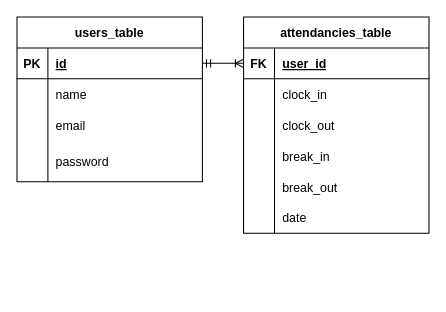
teestojko/attend keeps this draw.io diagram as .drawio. Above is the earlier version. Source tidied: cells renumbered, new cells numbered last; positions are measured from the earlier drawing's top-left corner, leaving out a move shared by most shapes. Both pictures are drawn from the tidied source at 103%, with x=0, y=0 at pixel (16, 16).
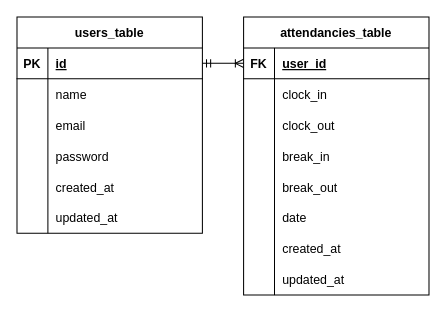
The same page after the edit.

The edit, as a diff of the source:
```diff
@@
     <mxCell id="2" value="users_table" style="shape=table;startSize=30;childLayout=tableLayout;rowLines=0;fontStyle=1;align=center;" parent="1" vertex="1">
-      <mxGeometry width="180" height="160" as="geometry" />
+      <mxGeometry width="180" height="210" as="geometry" />
     </mxCell>
@@
     <mxCell id="12" style="shape=tableRow;horizontal=0;startSize=0;swimlaneHead=0;swimlaneBody=0;fillColor=none;top=0;left=0;right=0;bottom=0;" parent="2" vertex="1">
-      <mxGeometry y="120" width="180" height="40" as="geometry" />
+      <mxGeometry y="120" width="180" height="30" as="geometry" />
     </mxCell>
     <mxCell id="13" style="shape=partialRectangle;fillColor=none;top=0;left=0;bottom=0;right=0;overflow=hidden;" parent="12" vertex="1">
-      <mxGeometry width="30" height="40" as="geometry" />
+      <mxGeometry width="30" height="30" as="geometry" />
     </mxCell>
     <mxCell id="14" value="password" style="shape=partialRectangle;fillColor=none;top=0;left=0;bottom=0;right=0;align=left;spacingLeft=6;overflow=hidden;" parent="12" vertex="1">
-      <mxGeometry x="30" width="150" height="40" as="geometry" />
+      <mxGeometry x="30" width="150" height="30" as="geometry" />
     </mxCell>
+    <mxCell id="35" style="shape=tableRow;horizontal=0;startSize=0;swimlaneHead=0;swimlaneBody=0;fillColor=none;top=0;left=0;right=0;bottom=0;" parent="2" vertex="1">
+      <mxGeometry y="150" width="180" height="30" as="geometry" />
+    </mxCell>
+    <mxCell id="36" style="shape=partialRectangle;fillColor=none;top=0;left=0;bottom=0;right=0;overflow=hidden;" parent="35" vertex="1">
+      <mxGeometry width="30" height="30" as="geometry" />
+    </mxCell>
+    <mxCell id="37" value="created_at" style="shape=partialRectangle;fillColor=none;top=0;left=0;bottom=0;right=0;align=left;spacingLeft=6;overflow=hidden;" parent="35" vertex="1">
+      <mxGeometry x="30" width="150" height="30" as="geometry" />
+    </mxCell>
+    <mxCell id="38" style="shape=tableRow;horizontal=0;startSize=0;swimlaneHead=0;swimlaneBody=0;fillColor=none;top=0;left=0;right=0;bottom=0;" parent="2" vertex="1">
+      <mxGeometry y="180" width="180" height="30" as="geometry" />
+    </mxCell>
+    <mxCell id="39" style="shape=partialRectangle;fillColor=none;top=0;left=0;bottom=0;right=0;overflow=hidden;" parent="38" vertex="1">
+      <mxGeometry width="30" height="30" as="geometry" />
+    </mxCell>
+    <mxCell id="40" value="updated_at" style="shape=partialRectangle;fillColor=none;top=0;left=0;bottom=0;right=0;align=left;spacingLeft=6;overflow=hidden;" parent="38" vertex="1">
+      <mxGeometry x="30" width="150" height="30" as="geometry" />
+    </mxCell>
     <mxCell id="15" value="attendancies_table" style="shape=table;startSize=30;childLayout=tableLayout;rowLines=0;fontStyle=1;align=center;" parent="1" vertex="1">
-      <mxGeometry x="220" width="180" height="210" as="geometry" />
+      <mxGeometry x="220" width="180" height="270" as="geometry" />
     </mxCell>
@@
+    <mxCell id="41" style="shape=tableRow;horizontal=0;startSize=0;swimlaneHead=0;swimlaneBody=0;fillColor=none;top=0;left=0;right=0;bottom=0;" parent="15" vertex="1">
+      <mxGeometry y="210" width="180" height="30" as="geometry" />
+    </mxCell>
+    <mxCell id="42" style="shape=partialRectangle;fillColor=none;top=0;left=0;bottom=0;right=0;overflow=hidden;" parent="41" vertex="1">
+      <mxGeometry width="30" height="30" as="geometry" />
+    </mxCell>
+    <mxCell id="43" value="created_at" style="shape=partialRectangle;fillColor=none;top=0;left=0;bottom=0;right=0;align=left;spacingLeft=6;overflow=hidden;shadow=1;" parent="41" vertex="1">
+      <mxGeometry x="30" width="150" height="30" as="geometry" />
+    </mxCell>
+    <mxCell id="44" style="shape=tableRow;horizontal=0;startSize=0;swimlaneHead=0;swimlaneBody=0;fillColor=none;top=0;left=0;right=0;bottom=0;" parent="15" vertex="1">
+      <mxGeometry y="240" width="180" height="30" as="geometry" />
+    </mxCell>
+    <mxCell id="45" style="shape=partialRectangle;fillColor=none;top=0;left=0;bottom=0;right=0;overflow=hidden;" parent="44" vertex="1">
+      <mxGeometry width="30" height="30" as="geometry" />
+    </mxCell>
+    <mxCell id="46" value="updated_at" style="shape=partialRectangle;fillColor=none;top=0;left=0;bottom=0;right=0;align=left;spacingLeft=6;overflow=hidden;shadow=1;" parent="44" vertex="1">
+      <mxGeometry x="30" width="150" height="30" as="geometry" />
+    </mxCell>
```
